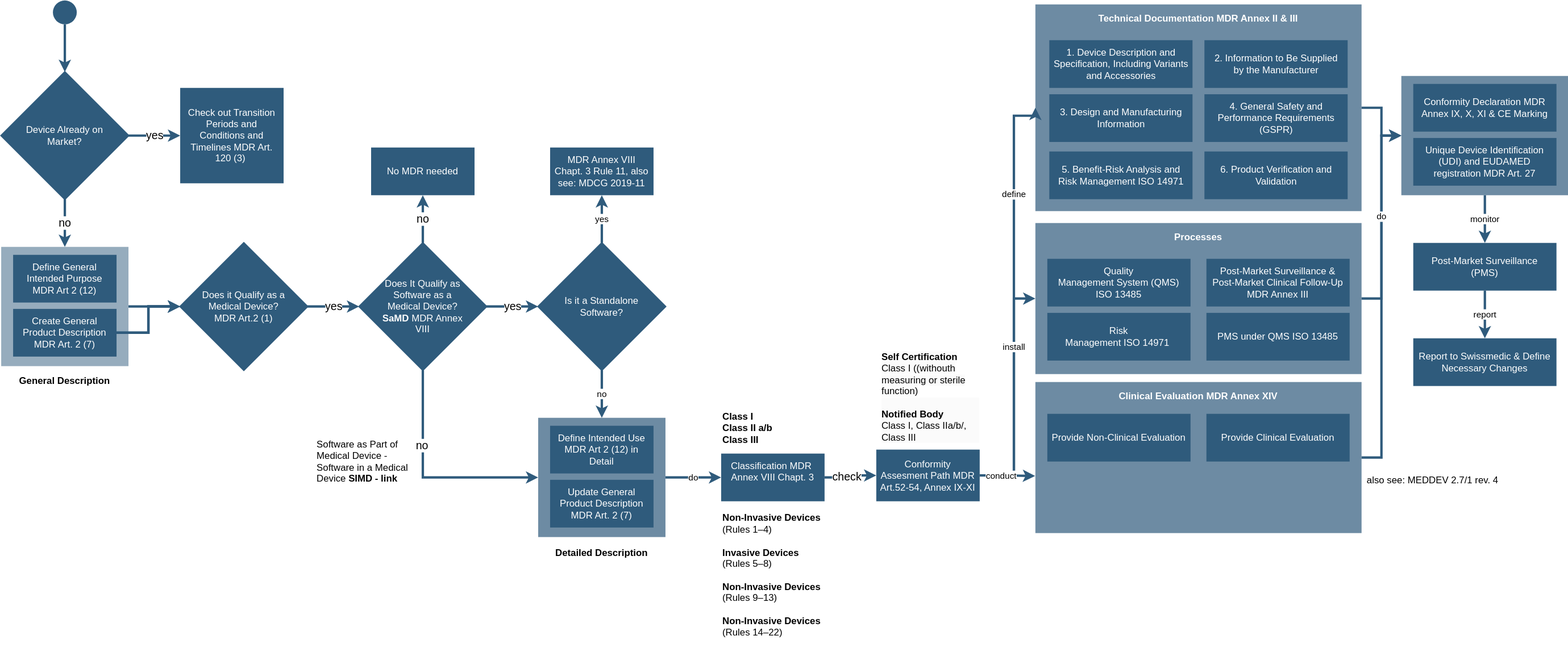
Earlier version of the draw.io export assets/MDR_Guideline_With_Links.svg (DigitalHealthZurich/MDR_Guideline). Source tidied: cells renumbered, new cells last; positions are measured from the earlier drawing's top-left corner, leaving out a move shared by most shapes.
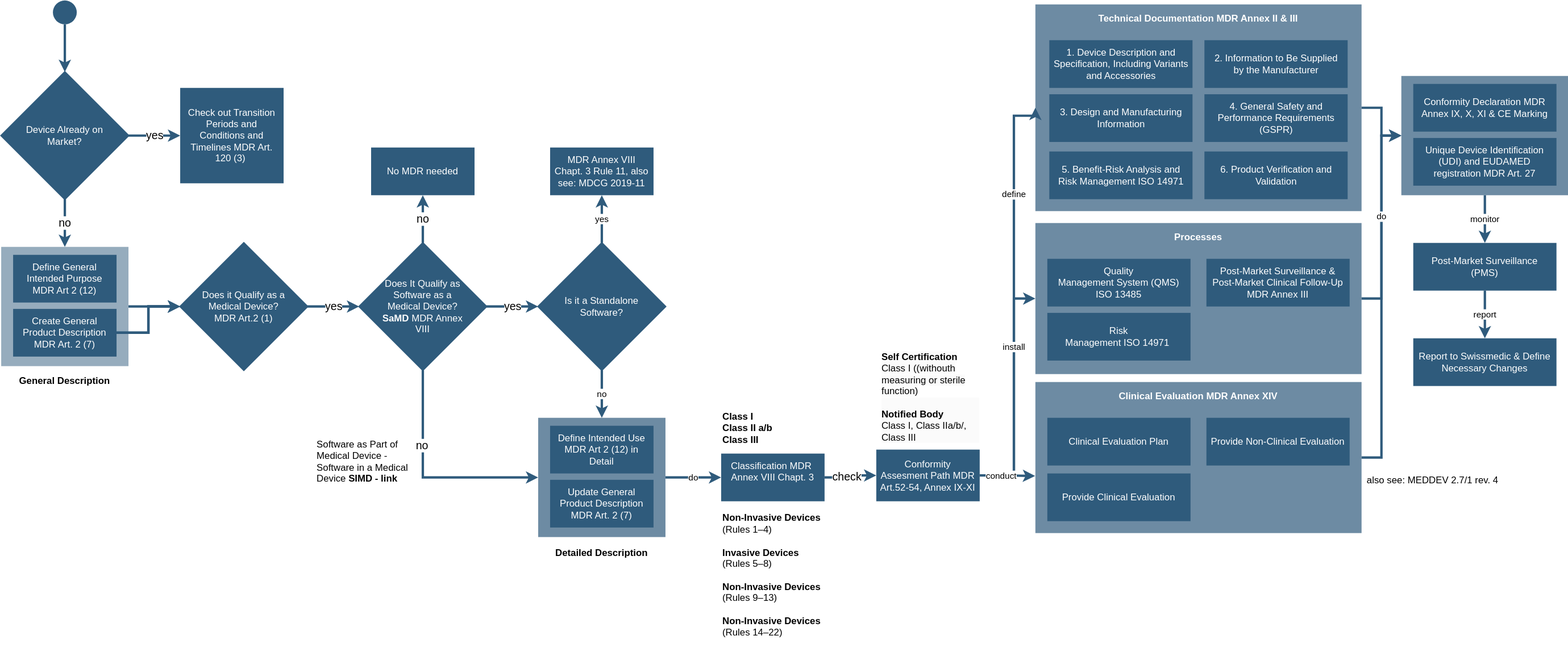
After the commit.

Commit message:
compiled and added new svg flowchart

Change to the diagram source:
```diff
@@ -154,11 +154,14 @@
       <mxGeometry width="410" height="190" as="geometry" />
     </mxCell>
     <mxCell id="48" value="Provide Non-Clinical Evaluation" style="whiteSpace=wrap;shadow=0;fontColor=#FFFFFF;fontFamily=Helvetica;fontStyle=0;html=1;fontSize=12;plain-purple;strokeColor=none;fillColor=#2f5b7c;gradientColor=none;spacing=6;verticalAlign=middle;rotation=0;" parent="46" vertex="1">
-      <mxGeometry x="15" y="40" width="180" height="60" as="geometry" />
+      <mxGeometry x="215" y="45" width="180" height="60" as="geometry" />
     </mxCell>
     <mxCell id="49" value="Provide Clinical Evaluation" style="whiteSpace=wrap;shadow=0;fontColor=#FFFFFF;fontFamily=Helvetica;fontStyle=0;html=1;fontSize=12;plain-purple;strokeColor=none;fillColor=#2f5b7c;gradientColor=none;spacing=6;verticalAlign=middle;rotation=0;" parent="46" vertex="1">
-      <mxGeometry x="215" y="40" width="180" height="60" as="geometry" />
+      <mxGeometry x="15" y="115" width="180" height="60" as="geometry" />
     </mxCell>
+    <mxCell id="73" value="Clinical Evaluation Plan" style="whiteSpace=wrap;shadow=0;fontColor=#FFFFFF;fontFamily=Helvetica;fontStyle=0;html=1;fontSize=12;plain-purple;strokeColor=none;fillColor=#2f5b7c;gradientColor=none;spacing=6;verticalAlign=middle;rotation=0;" parent="46" vertex="1">
+      <mxGeometry x="15" y="45" width="180" height="60" as="geometry" />
+    </mxCell>
     <mxCell id="50" style="group;" parent="1" vertex="1">
       <mxGeometry x="1300" y="280" width="410" height="190" as="geometry" />
     </mxCell>
@@ -168,9 +171,6 @@
     <mxCell id="52" value="&lt;p style=&quot;margin-top: 0pt; margin-bottom: 0pt; margin-left: 0in; direction: ltr; unicode-bidi: embed; word-break: normal;&quot;&gt;&lt;font&gt;Risk&lt;br/&gt;Management ISO 14971&amp;nbsp;&lt;/font&gt;&lt;/p&gt;" style="whiteSpace=wrap;shadow=0;fontColor=#FFFFFF;fontFamily=Helvetica;fontStyle=0;html=1;fontSize=12;plain-purple;strokeColor=none;fillColor=#2f5b7c;gradientColor=none;spacing=6;verticalAlign=middle;rotation=0;" parent="50" vertex="1">
       <mxGeometry x="15" y="113" width="180" height="60" as="geometry" />
     </mxCell>
-    <mxCell id="53" value="PMS under QMS ISO 13485" style="whiteSpace=wrap;shadow=0;fontColor=#FFFFFF;fontFamily=Helvetica;fontStyle=0;html=1;fontSize=12;plain-purple;strokeColor=none;fillColor=#2f5b7c;gradientColor=none;spacing=6;verticalAlign=middle;rotation=0;" parent="50" vertex="1">
-      <mxGeometry x="215" y="113" width="180" height="60" as="geometry" />
-    </mxCell>
     <mxCell id="54" value="&lt;div&gt;Post-Market Surveillance &amp;amp; Post-Market Clinical Follow-Up MDR Annex III&lt;/div&gt;" style="whiteSpace=wrap;shadow=0;fontColor=#FFFFFF;fontFamily=Helvetica;fontStyle=0;html=1;fontSize=12;plain-purple;strokeColor=none;fillColor=#2f5b7c;gradientColor=none;spacing=6;verticalAlign=middle;rotation=0;" parent="50" vertex="1">
       <mxGeometry x="215" y="45" width="180" height="60" as="geometry" />
     </mxCell>
```
